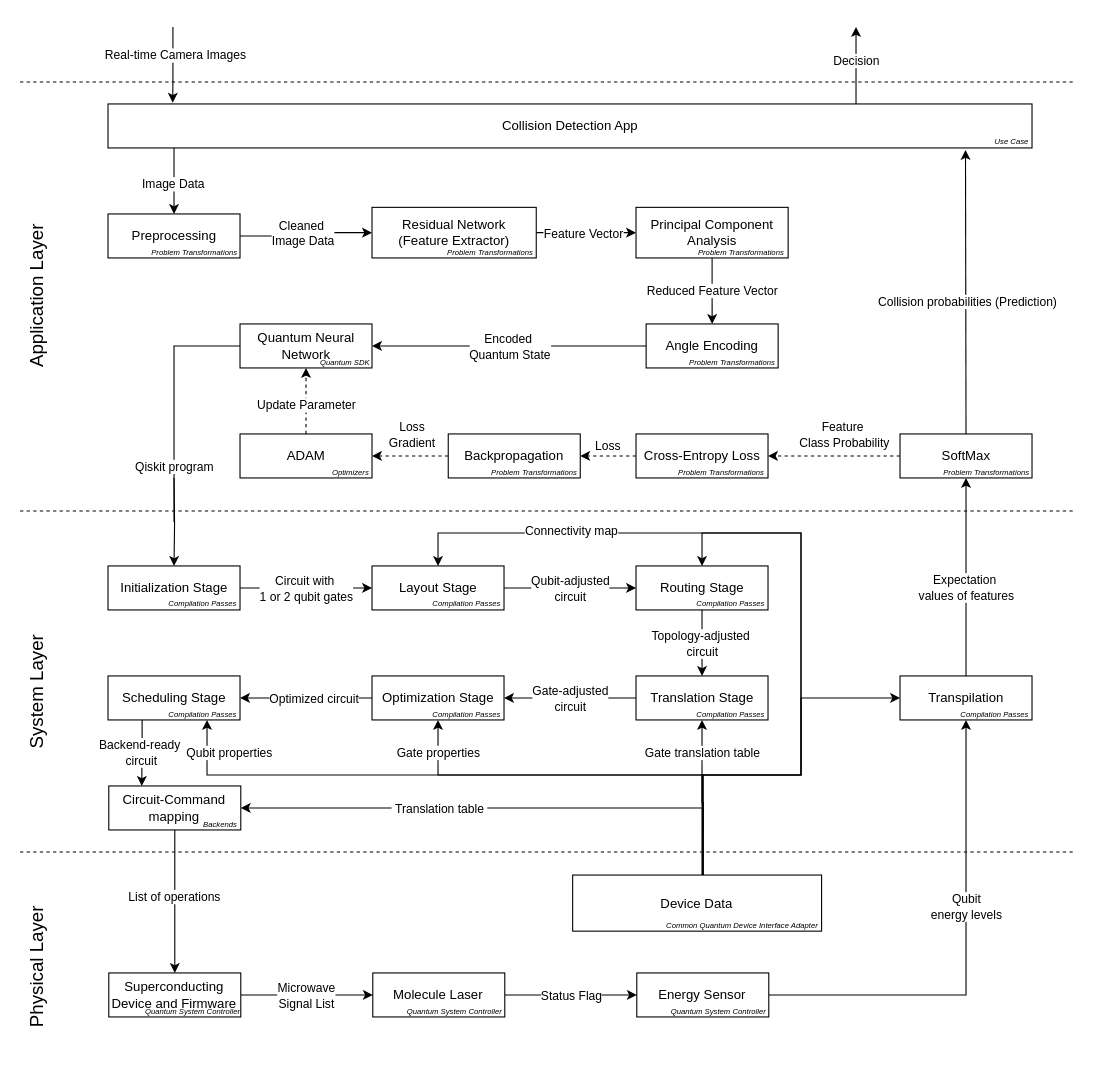
The draw.io diagram page "scenario4" (4 of 4) of docs/scenario-based-analysis/images/scenarios.drawio in FullStaQD/architecture, before the edit. Source tidied: cells renumbered, new cells numbered last; positions are measured from the earlier drawing's top-left corner, leaving out a move shared by most shapes. Both pictures are drawn from the tidied source at 110%, with x=0, y=0 at pixel (-57, 26).
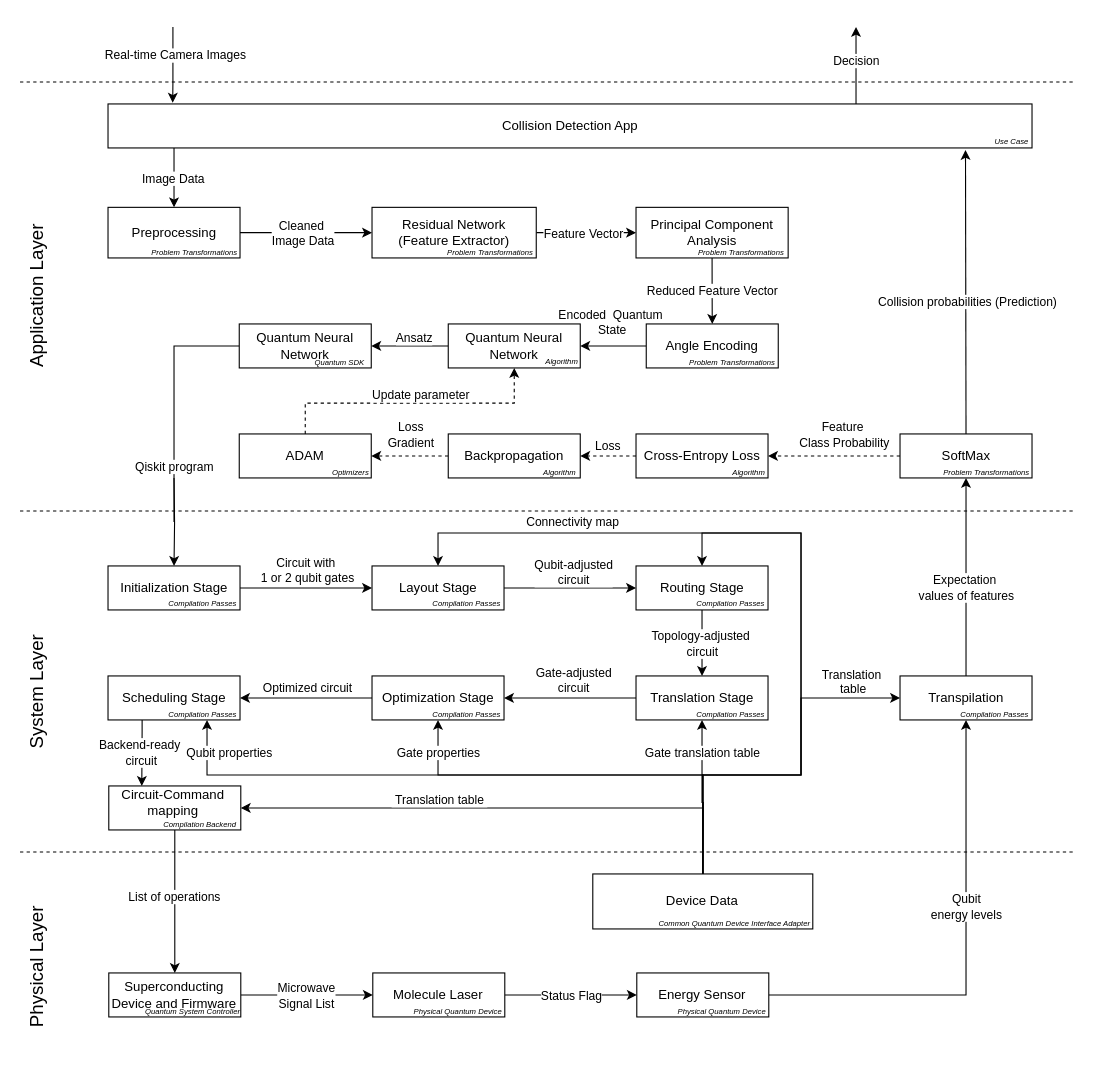
Above is the later version.

The change refers to these unchanged cells:
```xml
<mxCell id="18" style="edgeStyle=orthogonalEdgeStyle;rounded=0;jettySize=auto;html=1;" parent="1" edge="1" source="20" target="22">
  <mxGeometry relative="1" as="geometry">
    <Array as="points">
      <mxPoint x="569.7" y="290" />
      <mxPoint x="569.7" y="290" />
    </Array>
  </mxGeometry>
</mxCell>
<mxCell id="27" value="Routing Stage" style="rounded=0;whiteSpace=wrap;html=1;" parent="1" vertex="1">
  <mxGeometry x="629.7" y="490" width="120" height="40" as="geometry" />
</mxCell>
<mxCell id="28" style="edgeStyle=orthogonalEdgeStyle;rounded=0;jettySize=auto;html=1;entryX=0;entryY=0.5;entryDx=0;entryDy=0;" parent="1" edge="1" source="30" target="27">
  <mxGeometry relative="1" as="geometry" />
</mxCell>
<mxCell id="30" value="Layout Stage" style="rounded=0;whiteSpace=wrap;html=1;" parent="1" vertex="1">
  <mxGeometry x="389.7" y="490" width="120" height="40" as="geometry" />
</mxCell>
<mxCell id="31" style="edgeStyle=orthogonalEdgeStyle;rounded=0;jettySize=auto;html=1;entryX=0;entryY=0.5;entryDx=0;entryDy=0;" parent="1" edge="1" source="33" target="30">
  <mxGeometry relative="1" as="geometry" />
</mxCell>
<mxCell id="34" style="edgeStyle=orthogonalEdgeStyle;rounded=0;jettySize=auto;html=1;entryX=1;entryY=0.5;entryDx=0;entryDy=0;" parent="1" edge="1" source="36" target="39">
  <mxGeometry relative="1" as="geometry" />
</mxCell>
<mxCell id="37" style="edgeStyle=orthogonalEdgeStyle;rounded=0;jettySize=auto;html=1;entryX=1;entryY=0.5;entryDx=0;entryDy=0;" parent="1" edge="1" source="39" target="42">
  <mxGeometry relative="1" as="geometry" />
</mxCell>
<mxCell id="62" style="edgeStyle=orthogonalEdgeStyle;rounded=0;jettySize=auto;html=1;entryX=1;entryY=0.5;entryDx=0;entryDy=0;" parent="1" edge="1" target="79">
  <mxGeometry relative="1" as="geometry">
    <mxPoint x="690.4" y="780" as="sourcePoint" />
    <Array as="points">
      <mxPoint x="690.7" y="710" />
    </Array>
  </mxGeometry>
</mxCell>
```

The edit, as a diff of the source:
```diff
@@
     <mxCell id="17" value="Preprocessing" style="rounded=0;whiteSpace=wrap;html=1;" parent="1" vertex="1">
-      <mxGeometry x="149.7" y="170" width="120" height="40" as="geometry" />
+      <mxGeometry x="149.7" y="164" width="120" height="46" as="geometry" />
     </mxCell>
@@
-    <mxCell id="19" value="Encoded&amp;nbsp;&lt;div&gt;Quantum State&lt;/div&gt;" style="edgeLabel;html=1;align=center;verticalAlign=middle;" parent="18" vertex="1">
+    <mxCell id="19" value="Encoded&amp;nbsp;&amp;nbsp;&lt;span style=&quot;background-color: light-dark(#ffffff, var(--ge-dark-color, #121212)); color: light-dark(rgb(0, 0, 0), rgb(255, 255, 255));&quot;&gt;Quantum&amp;nbsp;&lt;/span&gt;&lt;div&gt;State&lt;/div&gt;" style="edgeLabel;html=1;align=center;verticalAlign=middle;" parent="18" vertex="1">
       <mxGeometry x="-0.18" y="-2" relative="1" as="geometry">
-        <mxPoint x="-22" y="2" as="offset" />
+        <mxPoint x="-7" y="-20" as="offset" />
       </mxGeometry>
     </mxCell>
     <mxCell id="20" value="Angle Encoding" style="rounded=0;whiteSpace=wrap;html=1;" parent="1" vertex="1">
-      <mxGeometry x="638.9" y="270" width="120" height="40" as="geometry" />
+      <mxGeometry x="639" y="270" width="120" height="40" as="geometry" />
     </mxCell>
-    <mxCell id="21" style="edgeStyle=orthogonalEdgeStyle;rounded=0;jettySize=auto;html=1;endArrow=none;endFill=0;" parent="1" edge="1" source="22">
+    <mxCell id="21" style="edgeStyle=orthogonalEdgeStyle;rounded=0;jettySize=auto;html=1;endArrow=none;endFill=0;exitX=0;exitY=0.5;exitDx=0;exitDy=0;" parent="1" edge="1" source="117">
       <mxGeometry relative="1" as="geometry">
         <mxPoint x="209.7" y="450" as="targetPoint" />
         <Array as="points">
           <mxPoint x="209.7" y="290" />
         </Array>
       </mxGeometry>
     </mxCell>
+    <mxCell id="113" style="edgeStyle=orthogonalEdgeStyle;rounded=0;jettySize=auto;html=1;entryX=1;entryY=0.5;entryDx=0;entryDy=0;" parent="1" edge="1" source="22" target="117">
+      <mxGeometry relative="1" as="geometry" />
+    </mxCell>
+    <mxCell id="114" value="Ansatz" style="edgeLabel;html=1;align=center;verticalAlign=middle;" parent="113" vertex="1">
+      <mxGeometry x="-0.1" y="1" relative="1" as="geometry">
+        <mxPoint y="-9" as="offset" />
+      </mxGeometry>
+    </mxCell>
     <mxCell id="22" value="Quantum Neural Network" style="rounded=0;whiteSpace=wrap;html=1;" parent="1" vertex="1">
-      <mxGeometry x="269.7" y="270" width="120" height="40" as="geometry" />
+      <mxGeometry x="459" y="270" width="120" height="40" as="geometry" />
     </mxCell>
@@
     <mxCell id="29" value="Qubit-adjusted&lt;div&gt;circuit&lt;/div&gt;" style="edgeLabel;html=1;align=center;verticalAlign=middle;" parent="28" vertex="1">
       <mxGeometry x="-0.17" relative="1" as="geometry">
-        <mxPoint x="10" as="offset" />
+        <mxPoint x="13" y="-15" as="offset" />
       </mxGeometry>
     </mxCell>
@@
     <mxCell id="32" value="Circuit with&amp;nbsp;&lt;div&gt;1 or 2 qubit gates&lt;/div&gt;" style="edgeLabel;html=1;align=center;verticalAlign=middle;" parent="31" vertex="1">
       <mxGeometry x="0.11" y="-3" relative="1" as="geometry">
-        <mxPoint x="-7" y="-3" as="offset" />
+        <mxPoint x="-6" y="-20" as="offset" />
       </mxGeometry>
     </mxCell>
@@
     <mxCell id="35" value="Gate-adjusted&lt;div&gt;circuit&lt;/div&gt;" style="edgeLabel;html=1;align=center;verticalAlign=middle;" parent="34" vertex="1">
       <mxGeometry x="0.17" y="4" relative="1" as="geometry">
-        <mxPoint x="10" y="-4" as="offset" />
+        <mxPoint x="13" y="-21" as="offset" />
       </mxGeometry>
     </mxCell>
@@
     <mxCell id="38" value="Optimized circuit" style="edgeLabel;html=1;align=center;verticalAlign=middle;" parent="37" vertex="1">
       <mxGeometry x="-0.11" y="1" relative="1" as="geometry">
-        <mxPoint y="-1" as="offset" />
+        <mxPoint x="-6" y="-11" as="offset" />
       </mxGeometry>
     </mxCell>
@@
-    <mxCell id="56" style="edgeStyle=orthogonalEdgeStyle;rounded=0;jettySize=auto;html=1;exitX=0.615;exitY=-0.004;exitDx=0;exitDy=0;exitPerimeter=0;entryX=0.5;entryY=0;entryDx=0;entryDy=0;" parent="1" edge="1" target="30">
+    <mxCell id="56" style="edgeStyle=orthogonalEdgeStyle;rounded=0;jettySize=auto;html=1;entryX=0.5;entryY=0;entryDx=0;entryDy=0;" parent="1" edge="1" target="30">
       <mxGeometry relative="1" as="geometry">
-        <mxPoint x="704.2" y="779.8" as="sourcePoint" />
+        <mxPoint x="689.7" y="680" as="sourcePoint" />
         <Array as="points">
-          <mxPoint x="689.7" y="779.8" />
           <mxPoint x="689.7" y="680" />
           <mxPoint x="779.7" y="680" />
           <mxPoint x="779.7" y="460" />
           <mxPoint x="450.4" y="460" />
           <mxPoint x="450.4" y="490" />
         </Array>
       </mxGeometry>
     </mxCell>
@@
     <mxCell id="63" value="&amp;nbsp;Translation table&amp;nbsp;" style="edgeLabel;html=1;align=center;verticalAlign=middle;" parent="62" vertex="1">
       <mxGeometry x="0.33" y="-2" relative="1" as="geometry">
-        <mxPoint x="16" y="2" as="offset" />
+        <mxPoint x="16" y="-6" as="offset" />
       </mxGeometry>
     </mxCell>
@@
-    <mxCell id="67" style="edgeStyle=orthogonalEdgeStyle;rounded=0;jettySize=auto;html=1;entryX=0.5;entryY=0;entryDx=0;entryDy=0;" parent="1" edge="1" target="27">
+    <mxCell id="67" style="edgeStyle=orthogonalEdgeStyle;rounded=0;jettySize=auto;html=1;entryX=0.5;entryY=0;entryDx=0;entryDy=0;exitX=0.5;exitY=0;exitDx=0;exitDy=0;" parent="1" edge="1" source="111" target="27">
       <mxGeometry relative="1" as="geometry">
-        <mxPoint x="690.4" y="780" as="sourcePoint" />
         <Array as="points">
           <mxPoint x="690.4" y="680" />
           <mxPoint x="779.7" y="680" />
           <mxPoint x="779.7" y="460" />
           <mxPoint x="690.4" y="460" />
           <mxPoint x="690.4" y="490" />
         </Array>
       </mxGeometry>
     </mxCell>
     <mxCell id="68" value="Connectivity map" style="edgeLabel;html=1;align=center;verticalAlign=middle;" parent="67" vertex="1">
       <mxGeometry x="0.93" y="1" relative="1" as="geometry">
-        <mxPoint x="-120" y="-14" as="offset" />
+        <mxPoint x="-119" y="-22" as="offset" />
       </mxGeometry>
     </mxCell>
@@
-    <mxCell id="79" value="Circuit-Command&lt;div&gt;mapping&lt;/div&gt;" style="rounded=0;whiteSpace=wrap;html=1;" parent="1" vertex="1">
+    <mxCell id="79" style="rounded=0;whiteSpace=wrap;html=1;" parent="1" vertex="1">
       <mxGeometry x="150.4" y="690" width="120" height="40" as="geometry" />
     </mxCell>
@@
-    <mxCell id="81" style="edgeStyle=orthogonalEdgeStyle;rounded=0;jettySize=auto;html=1;entryX=0.5;entryY=1;entryDx=0;entryDy=0;dashed=1;" parent="1" edge="1" source="83" target="22">
-      <mxGeometry relative="1" as="geometry" />
+    <mxCell id="81" style="edgeStyle=orthogonalEdgeStyle;rounded=0;jettySize=auto;html=1;entryX=0.5;entryY=1;entryDx=0;entryDy=0;dashed=1;" parent="1" edge="1" target="22">
+      <mxGeometry relative="1" as="geometry">
+        <mxPoint x="329" y="370" as="sourcePoint" />
+        <Array as="points">
+          <mxPoint x="329" y="342" />
+          <mxPoint x="519" y="342" />
+        </Array>
+      </mxGeometry>
     </mxCell>
-    <mxCell id="82" value="Update Parameter" style="edgeLabel;html=1;align=center;verticalAlign=middle;" parent="81" vertex="1">
+    <mxCell id="82" value="Update parameter" style="edgeLabel;html=1;align=center;verticalAlign=middle;" parent="81" vertex="1">
       <mxGeometry x="0.4" relative="1" as="geometry">
-        <mxPoint y="15" as="offset" />
+        <mxPoint x="-43" y="-8" as="offset" />
       </mxGeometry>
     </mxCell>
     <mxCell id="83" value="ADAM" style="rounded=0;whiteSpace=wrap;html=1;" parent="1" vertex="1">
-      <mxGeometry x="269.7" y="370" width="120" height="40" as="geometry" />
+      <mxGeometry x="269" y="370" width="120" height="40" as="geometry" />
     </mxCell>
@@
-    <mxCell id="95" value="&lt;i&gt;&lt;font style=&quot;font-size: 7px;&quot;&gt;Quantum SDK&lt;/font&gt;&lt;/i&gt;" style="text;html=1;whiteSpace=wrap;strokeColor=none;fillColor=none;align=center;verticalAlign=middle;rounded=0;" parent="1" vertex="1">
-      <mxGeometry x="308" y="296" width="114.7" height="16" as="geometry" />
+    <mxCell id="95" value="&lt;i&gt;&lt;font style=&quot;font-size: 7px;&quot;&gt;Algorithm&lt;/font&gt;&lt;/i&gt;" style="text;html=1;whiteSpace=wrap;strokeColor=none;fillColor=none;align=center;verticalAlign=middle;rounded=0;" parent="1" vertex="1">
+      <mxGeometry x="505" y="295" width="114.7" height="16" as="geometry" />
     </mxCell>
@@
-    <mxCell id="97" value="&lt;i&gt;&lt;font style=&quot;font-size: 7px;&quot;&gt;Problem Transformations&lt;/font&gt;&lt;/i&gt;" style="text;html=1;whiteSpace=wrap;strokeColor=none;fillColor=none;align=center;verticalAlign=middle;rounded=0;" parent="1" vertex="1">
-      <mxGeometry x="650" y="396" width="114.7" height="16" as="geometry" />
+    <mxCell id="97" value="&lt;i&gt;&lt;font style=&quot;font-size: 7px;&quot;&gt;Algorithm&lt;/font&gt;&lt;/i&gt;" style="text;html=1;whiteSpace=wrap;strokeColor=none;fillColor=none;align=center;verticalAlign=middle;rounded=0;" parent="1" vertex="1">
+      <mxGeometry x="675" y="396" width="114.7" height="16" as="geometry" />
     </mxCell>
-    <mxCell id="98" value="&lt;i&gt;&lt;font style=&quot;font-size: 7px;&quot;&gt;Problem Transformations&lt;/font&gt;&lt;/i&gt;" style="text;html=1;whiteSpace=wrap;strokeColor=none;fillColor=none;align=center;verticalAlign=middle;rounded=0;" parent="1" vertex="1">
-      <mxGeometry x="480" y="396" width="114.7" height="16" as="geometry" />
+    <mxCell id="98" value="&lt;i&gt;&lt;font style=&quot;font-size: 7px;&quot;&gt;Algorithm&lt;/font&gt;&lt;/i&gt;" style="text;html=1;whiteSpace=wrap;strokeColor=none;fillColor=none;align=center;verticalAlign=middle;rounded=0;" parent="1" vertex="1">
+      <mxGeometry x="503" y="396" width="114.7" height="16" as="geometry" />
     </mxCell>
@@
-    <mxCell id="107" value="&lt;font style=&quot;font-size: 7px;&quot;&gt;&lt;i&gt;Backends&lt;/i&gt;&lt;/font&gt;" style="text;html=1;whiteSpace=wrap;strokeColor=none;fillColor=none;align=center;verticalAlign=middle;rounded=0;" parent="1" vertex="1">
-      <mxGeometry x="218" y="709" width="68" height="30" as="geometry" />
-    </mxCell>
@@
-    <mxCell id="109" value="&lt;font style=&quot;font-size: 7px;&quot;&gt;&lt;i&gt;Quantum System Controller&lt;/i&gt;&lt;/font&gt;" style="text;html=1;whiteSpace=wrap;strokeColor=none;fillColor=none;align=center;verticalAlign=middle;rounded=0;" parent="1" vertex="1">
-      <mxGeometry x="403" y="879" width="124" height="30" as="geometry" />
+    <mxCell id="109" value="&lt;span style=&quot;font-size: 7px;&quot;&gt;&lt;i&gt;Physical Quantum Device&lt;/i&gt;&lt;/span&gt;" style="text;html=1;whiteSpace=wrap;strokeColor=none;fillColor=none;align=center;verticalAlign=middle;rounded=0;" parent="1" vertex="1">
+      <mxGeometry x="406" y="879" width="124" height="30" as="geometry" />
     </mxCell>
-    <mxCell id="110" value="&lt;font style=&quot;font-size: 7px;&quot;&gt;&lt;i&gt;Quantum System Controller&lt;/i&gt;&lt;/font&gt;" style="text;html=1;whiteSpace=wrap;strokeColor=none;fillColor=none;align=center;verticalAlign=middle;rounded=0;" parent="1" vertex="1">
-      <mxGeometry x="643" y="879" width="124" height="30" as="geometry" />
+    <mxCell id="110" value="&lt;i style=&quot;font-size: 7px;&quot;&gt;Physical Quantum Device&lt;/i&gt;" style="text;html=1;whiteSpace=wrap;strokeColor=none;fillColor=none;align=center;verticalAlign=middle;rounded=0;" parent="1" vertex="1">
+      <mxGeometry x="646.3" y="879" width="124" height="30" as="geometry" />
     </mxCell>
     <mxCell id="111" value="Device Data" style="rounded=0;whiteSpace=wrap;html=1;" parent="1" vertex="1">
-      <mxGeometry x="572.1" y="771" width="226.3" height="51" as="geometry" />
+      <mxGeometry x="590.4" y="770" width="200" height="50" as="geometry" />
     </mxCell>
     <mxCell id="112" value="&lt;font style=&quot;font-size: 7px;&quot;&gt;&lt;i&gt;Common Quantum Device Interface Adapter&lt;/i&gt;&lt;/font&gt;" style="text;html=1;whiteSpace=wrap;strokeColor=none;fillColor=none;align=center;verticalAlign=middle;rounded=0;" parent="1" vertex="1">
-      <mxGeometry x="646.3" y="801" width="161" height="30" as="geometry" />
+      <mxGeometry x="639" y="799" width="161" height="30" as="geometry" />
     </mxCell>
+    <mxCell id="115" value="&lt;font style=&quot;font-size: 7px;&quot;&gt;&lt;i&gt;Compilation Backend&lt;/i&gt;&lt;/font&gt;" style="text;html=1;whiteSpace=wrap;strokeColor=none;fillColor=none;align=center;verticalAlign=middle;rounded=0;" parent="1" vertex="1">
+      <mxGeometry x="180.7" y="709" width="105" height="30" as="geometry" />
+    </mxCell>
+    <mxCell id="116" value="&lt;font&gt;Circuit-Command&lt;/font&gt;&lt;div&gt;&lt;font&gt;mapping&lt;/font&gt;&lt;/div&gt;" style="text;html=1;whiteSpace=wrap;strokeColor=none;fillColor=none;align=center;verticalAlign=middle;rounded=0;" parent="1" vertex="1">
+      <mxGeometry x="153" y="690" width="112" height="30" as="geometry" />
+    </mxCell>
+    <mxCell id="117" value="Quantum Neural Network" style="rounded=0;whiteSpace=wrap;html=1;" parent="1" vertex="1">
+      <mxGeometry x="269" y="270" width="120" height="40" as="geometry" />
+    </mxCell>
+    <mxCell id="118" value="&lt;i&gt;&lt;font style=&quot;font-size: 7px;&quot;&gt;Quantum SDK&lt;/font&gt;&lt;/i&gt;" style="text;html=1;whiteSpace=wrap;strokeColor=none;fillColor=none;align=center;verticalAlign=middle;rounded=0;" parent="1" vertex="1">
+      <mxGeometry x="303" y="296" width="114.7" height="16" as="geometry" />
+    </mxCell>
+    <mxCell id="119" value="&lt;span style=&quot;color: rgb(0, 0, 0); font-family: Helvetica; font-size: 11px; font-style: normal; font-variant-ligatures: normal; font-variant-caps: normal; font-weight: 400; letter-spacing: normal; orphans: 2; text-align: center; text-indent: 0px; text-transform: none; widows: 2; word-spacing: 0px; -webkit-text-stroke-width: 0px; white-space: nowrap; background-color: rgb(255, 255, 255); text-decoration-thickness: initial; text-decoration-style: initial; text-decoration-color: initial; display: inline !important; float: none;&quot;&gt;Translation&amp;nbsp;&lt;/span&gt;&lt;div style=&quot;forced-color-adjust: none; color: rgb(0, 0, 0); font-family: Helvetica; font-size: 11px; font-style: normal; font-variant-ligatures: normal; font-variant-caps: normal; font-weight: 400; letter-spacing: normal; orphans: 2; text-align: center; text-indent: 0px; text-transform: none; widows: 2; word-spacing: 0px; -webkit-text-stroke-width: 0px; white-space: nowrap; text-decoration-thickness: initial; text-decoration-style: initial; text-decoration-color: initial;&quot;&gt;table&lt;/div&gt;" style="text;whiteSpace=wrap;html=1;" parent="1" vertex="1">
+      <mxGeometry x="797" y="575" width="85" height="50" as="geometry" />
+    </mxCell>
```
